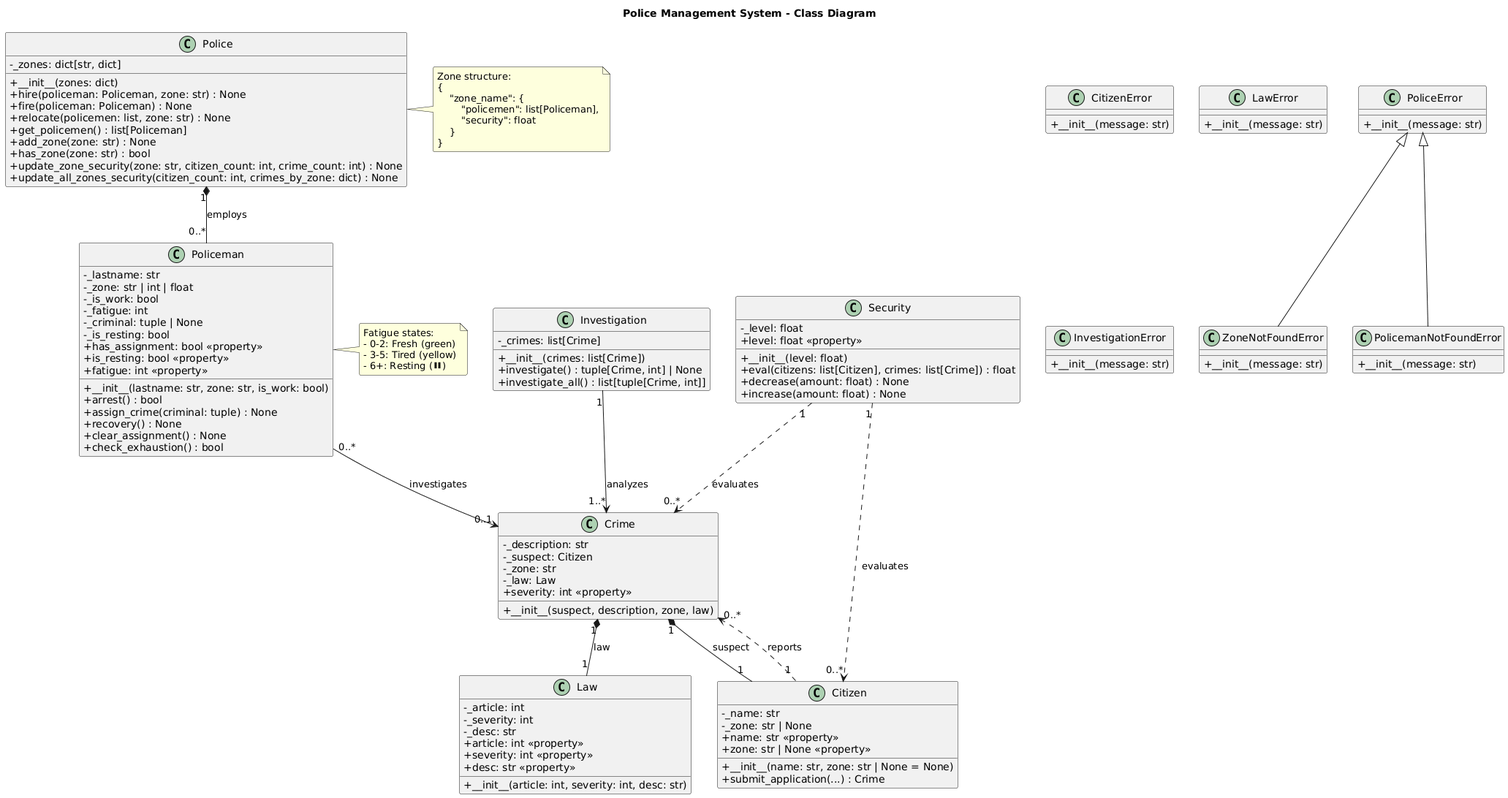
The PlantUML diagram SDIS/sem2/lab1/docs/uml/class_diagram.png in hedgehog-os/Labs, before a commit.
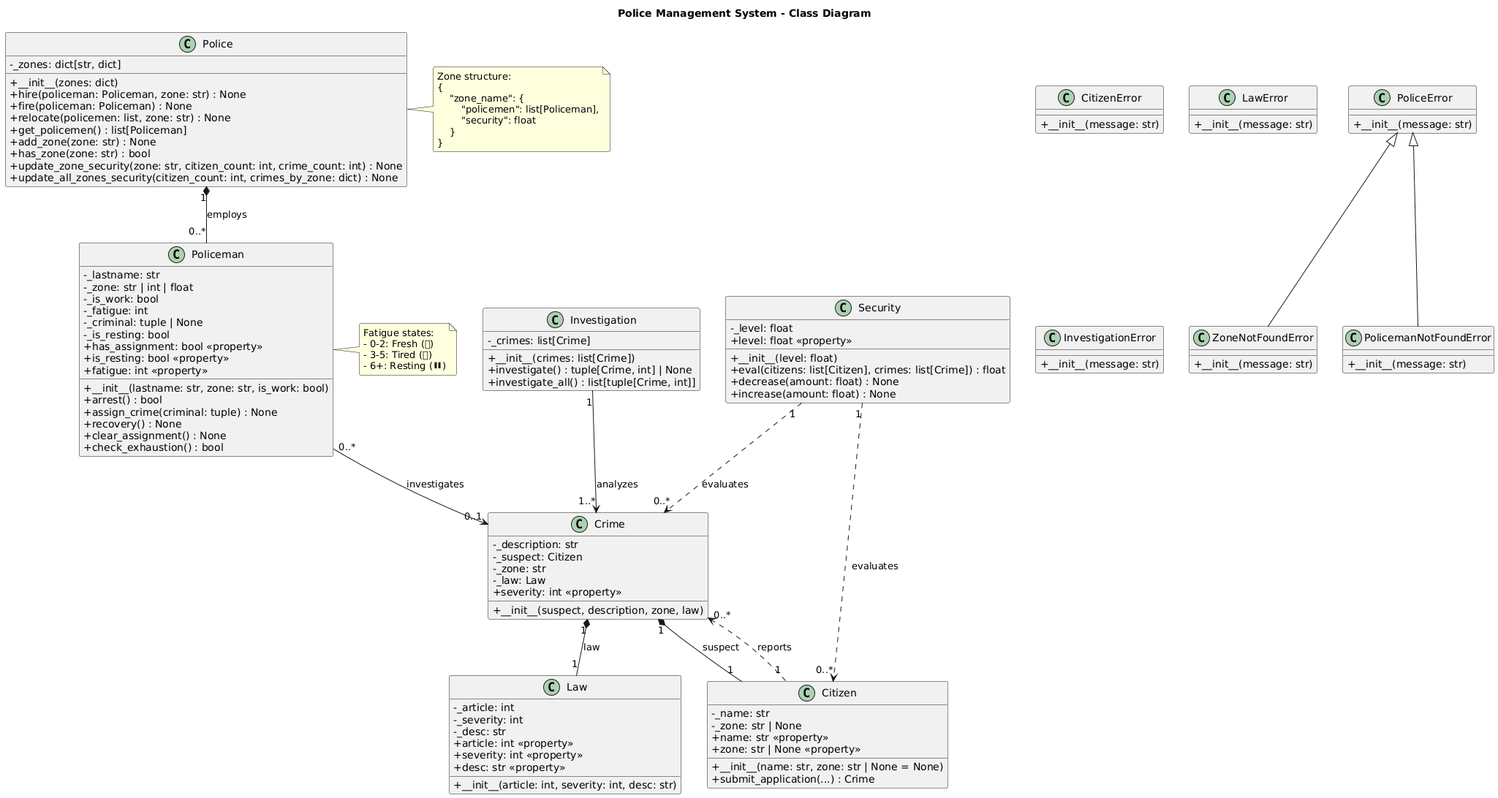
Later version of the same file.

Change to the diagram source:
```diff
@@ -125,8 +125,8 @@
 
 note right of Policeman
     Fatigue states:
-    - 0-2: Fresh (green)
-    - 3-5: Tired (yellow)
+    - 0-2: Fresh (🟢)
+    - 3-5: Tired (🟡)
     - 6+: Resting (⏸️)
 end note
 @enduml
```
